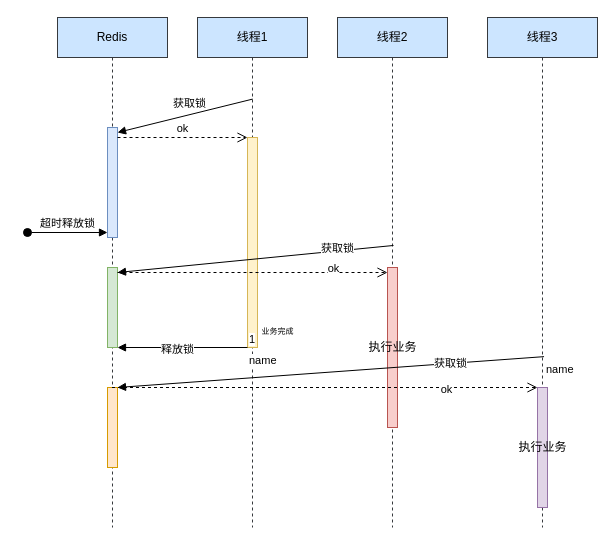
Earlier version of the draw.io diagram page "原子性问题" (3 of 3) of 未命名绘图.drawio (lipf1024/-). Source tidied: cells renumbered, new cells numbered last; positions are measured from the earlier drawing's top-left corner, leaving out a move shared by most shapes. Both pictures are drawn from the tidied source at 100%, with x=0, y=0 at pixel (27, 17).
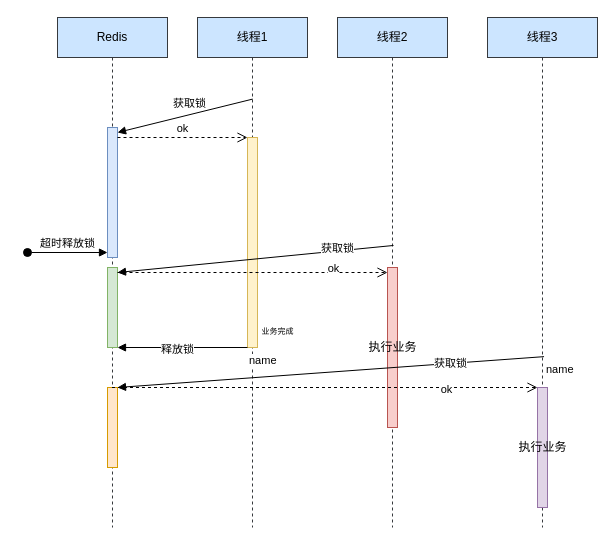
The same page after the edit.

Unchanged cells that the change refers to:
```xml
<mxCell id="2" value="Redis" style="shape=umlLifeline;perimeter=lifelinePerimeter;whiteSpace=wrap;html=1;outlineConnect=0;portConstraint=eastwest;newEdgeStyle={&quot;curved&quot;:0,&quot;rounded&quot;:0};fillColor=#cce5ff;strokeColor=#36393d;" parent="1" vertex="1">
  <mxGeometry x="30" width="110" height="510" as="geometry" />
</mxCell>
<mxCell id="19" value="name" style="endArrow=block;endFill=1;html=1;align=left;verticalAlign=top;rounded=0;" parent="1" edge="1">
  <mxGeometry x="-1" relative="1" as="geometry">
    <mxPoint x="220" y="330" as="sourcePoint" />
    <mxPoint x="90" y="330" as="targetPoint" />
  </mxGeometry>
</mxCell>
```

Change to the diagram source:
```diff
@@
     <mxCell id="3" style="html=1;points=[[0,0,0,0,5],[0,1,0,0,-5],[1,0,0,0,5],[1,1,0,0,-5]];perimeter=orthogonalPerimeter;outlineConnect=0;targetShapes=umlLifeline;portConstraint=eastwest;newEdgeStyle={&quot;curved&quot;:0,&quot;rounded&quot;:0};fillColor=#dae8fc;strokeColor=#6c8ebf;" parent="2" vertex="1">
-      <mxGeometry x="50" y="110" width="10" height="110" as="geometry" />
+      <mxGeometry x="50" y="110" width="10" height="130" as="geometry" />
     </mxCell>
@@
     <mxCell id="15" value="超时释放锁" style="html=1;verticalAlign=bottom;startArrow=oval;startFill=1;endArrow=block;startSize=8;curved=0;rounded=0;entryX=0;entryY=1;entryDx=0;entryDy=-5;entryPerimeter=0;" parent="1" edge="1" target="3">
       <mxGeometry relative="1" as="geometry">
-        <mxPoint y="215" as="sourcePoint" />
+        <mxPoint y="235" as="sourcePoint" />
       </mxGeometry>
     </mxCell>
@@
-    <mxCell id="20" value="1" style="edgeLabel;html=1;align=left;verticalAlign=bottom;" parent="19" vertex="1">
-      <mxGeometry x="-1" relative="1" as="geometry" />
-    </mxCell>
```
